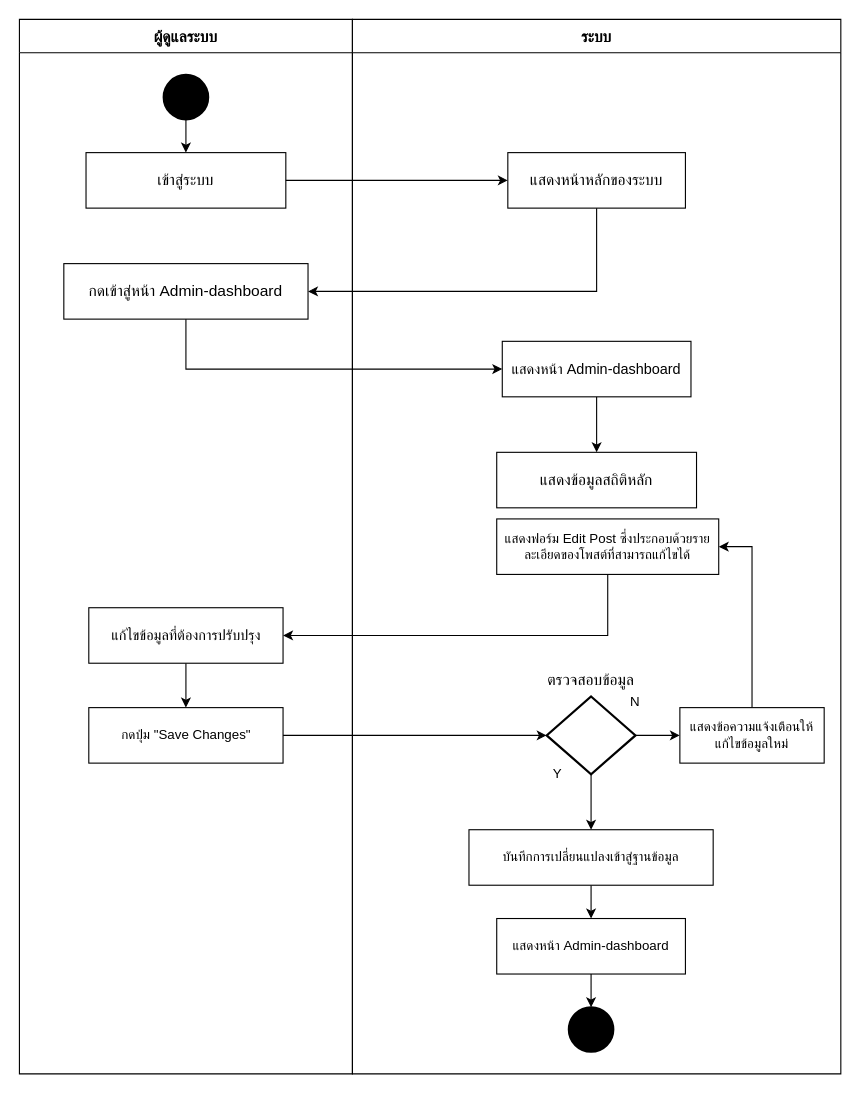
64160106/projectfinal keeps this draw.io diagram as page "ADV_satitic" (11 of 11) of Workflow Diagram.drawio. Above is the earlier version. Source tidied: cells renumbered, new cells numbered last; positions are measured from the earlier drawing's top-left corner, leaving out a move shared by most shapes. Both pictures are drawn from the tidied source at 111%, with x=0, y=0 at pixel (19, 19).
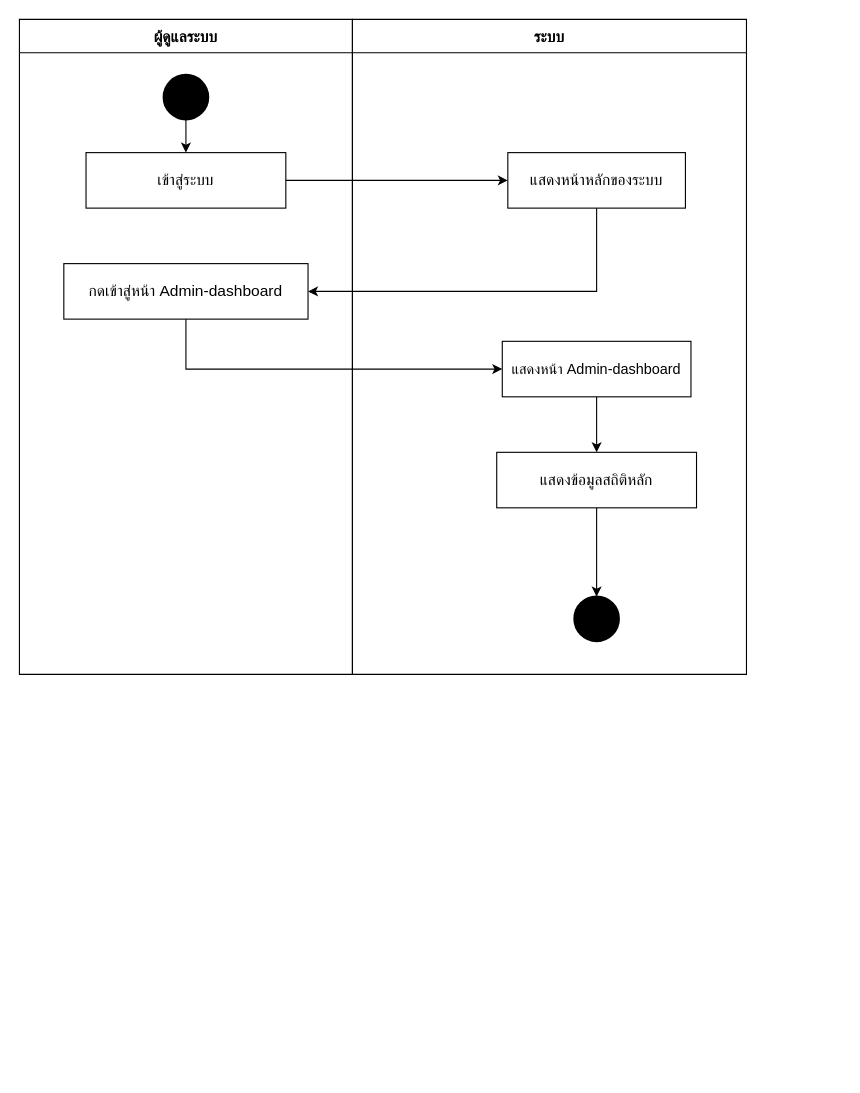
Above is the later version.

The change refers to these unchanged cells:
```xml
<mxCell id="28" value="&lt;font style=&quot;font-size: 14px;&quot;&gt;แสดงข้อมูลสถิติหลัก&lt;/font&gt;" style="rounded=0;whiteSpace=wrap;html=1;" parent="10" vertex="1">
  <mxGeometry x="130" y="390" width="180" height="50" as="geometry" />
</mxCell>
```

What changed in the source:
```diff
@@
     <mxCell id="2" value="ผู้ดูแลระบบ" style="swimlane;startSize=30;fontSize=14;" parent="1" vertex="1">
-      <mxGeometry width="300" height="950" as="geometry" />
+      <mxGeometry width="300" height="590" as="geometry" />
     </mxCell>
@@
-    <mxCell id="7" style="edgeStyle=orthogonalEdgeStyle;rounded=0;jettySize=auto;html=1;exitX=0.5;exitY=1;exitDx=0;exitDy=0;entryX=0.5;entryY=0;entryDx=0;entryDy=0;" parent="2" edge="1" source="8" target="9">
-      <mxGeometry relative="1" as="geometry" />
-    </mxCell>
-    <mxCell id="8" value="&lt;font style=&quot;font-size: 13px;&quot;&gt;แก้ไขข้อมูลที่ต้องการปรับปรุง&lt;/font&gt;" style="rounded=0;whiteSpace=wrap;html=1;" parent="2" vertex="1">
-      <mxGeometry x="62.5" y="530" width="175" height="50" as="geometry" />
-    </mxCell>
-    <mxCell id="9" value="กดปุ่ม &quot;Save Changes&quot;" style="rounded=0;whiteSpace=wrap;html=1;" parent="2" vertex="1">
-      <mxGeometry x="62.5" y="620" width="175" height="50" as="geometry" />
-    </mxCell>
     <mxCell id="10" value="ระบบ" style="swimlane;startSize=30;fontSize=14;" parent="1" vertex="1">
-      <mxGeometry x="300" width="440" height="950" as="geometry" />
+      <mxGeometry x="300" width="355" height="590" as="geometry" />
     </mxCell>
@@
-    <mxCell id="14" value="แสดงฟอร์ม Edit Post ซึ่งประกอบด้วยรายละเอียดของโพสต์ที่สามารถแก้ไขได้" style="rounded=0;whiteSpace=wrap;html=1;" parent="10" vertex="1">
-      <mxGeometry x="130" y="450" width="200" height="50" as="geometry" />
-    </mxCell>
-    <mxCell id="15" style="edgeStyle=orthogonalEdgeStyle;rounded=0;jettySize=auto;html=1;exitX=1;exitY=0.5;exitDx=0;exitDy=0;exitPerimeter=0;" parent="10" edge="1" source="17" target="22">
-      <mxGeometry relative="1" as="geometry" />
-    </mxCell>
-    <mxCell id="16" style="edgeStyle=orthogonalEdgeStyle;rounded=0;jettySize=auto;html=1;exitX=0.5;exitY=1;exitDx=0;exitDy=0;exitPerimeter=0;entryX=0.5;entryY=0;entryDx=0;entryDy=0;" parent="10" edge="1" source="17" target="24">
-      <mxGeometry relative="1" as="geometry" />
-    </mxCell>
-    <mxCell id="17" style="strokeWidth=2;html=1;shape=mxgraph.flowchart.decision;whiteSpace=wrap;" parent="10" vertex="1">
-      <mxGeometry x="175" y="610" width="80" height="70" as="geometry" />
-    </mxCell>
-    <mxCell id="18" value="&lt;font style=&quot;font-size: 14px;&quot;&gt;ตรวจสอบข้อมูล&lt;/font&gt;" style="text;html=1;align=center;verticalAlign=middle;whiteSpace=wrap;rounded=0;" parent="10" vertex="1">
-      <mxGeometry x="165" y="580" width="100" height="30" as="geometry" />
-    </mxCell>
-    <mxCell id="19" value="Y" style="text;html=1;align=center;verticalAlign=middle;whiteSpace=wrap;rounded=0;" parent="10" vertex="1">
-      <mxGeometry x="155" y="660" width="60" height="40" as="geometry" />
-    </mxCell>
-    <mxCell id="20" value="N" style="text;html=1;align=center;verticalAlign=middle;whiteSpace=wrap;rounded=0;" parent="10" vertex="1">
-      <mxGeometry x="240" y="600" width="30" height="30" as="geometry" />
-    </mxCell>
-    <mxCell id="21" style="edgeStyle=orthogonalEdgeStyle;rounded=0;jettySize=auto;html=1;exitX=0.5;exitY=0;exitDx=0;exitDy=0;entryX=1;entryY=0.5;entryDx=0;entryDy=0;" parent="10" edge="1" source="22" target="14">
-      <mxGeometry relative="1" as="geometry" />
-    </mxCell>
-    <mxCell id="22" value="แสดงข้อความแจ้งเตือนให้แก้ไขข้อมูลใหม่" style="rounded=0;whiteSpace=wrap;html=1;" parent="10" vertex="1">
-      <mxGeometry x="295" y="620" width="130" height="50" as="geometry" />
-    </mxCell>
-    <mxCell id="23" style="edgeStyle=orthogonalEdgeStyle;rounded=0;jettySize=auto;html=1;" parent="10" edge="1" source="24" target="25">
-      <mxGeometry relative="1" as="geometry" />
-    </mxCell>
-    <mxCell id="24" value="บันทึกการเปลี่ยนแปลงเข้าสู่ฐานข้อมูล" style="rounded=0;whiteSpace=wrap;html=1;" parent="10" vertex="1">
-      <mxGeometry x="105" y="730" width="220" height="50" as="geometry" />
-    </mxCell>
-    <mxCell id="25" value="แสดงหน้า Admin-dashboard" style="rounded=0;whiteSpace=wrap;html=1;" parent="10" vertex="1">
-      <mxGeometry x="130" y="810" width="170" height="50" as="geometry" />
-    </mxCell>
     <mxCell id="26" style="strokeWidth=2;html=1;shape=mxgraph.flowchart.start_2;whiteSpace=wrap;fillColor=#000000;" parent="10" vertex="1">
-      <mxGeometry x="195" y="890" width="40" height="40" as="geometry" />
+      <mxGeometry x="200" y="520" width="40" height="40" as="geometry" />
     </mxCell>
-    <mxCell id="27" style="edgeStyle=orthogonalEdgeStyle;rounded=0;jettySize=auto;html=1;entryX=0.5;entryY=0;entryDx=0;entryDy=0;entryPerimeter=0;" parent="10" edge="1" source="25" target="26">
-      <mxGeometry relative="1" as="geometry" />
-    </mxCell>
+    <mxCell id="34" style="edgeStyle=orthogonalEdgeStyle;rounded=0;jettySize=auto;html=1;exitX=0.5;exitY=1;exitDx=0;exitDy=0;" parent="10" edge="1" source="28" target="26">
+      <mxGeometry relative="1" as="geometry" />
+    </mxCell>
@@
-    <mxCell id="32" style="edgeStyle=orthogonalEdgeStyle;rounded=0;jettySize=auto;html=1;exitX=0.5;exitY=1;exitDx=0;exitDy=0;entryX=1;entryY=0.5;entryDx=0;entryDy=0;" parent="1" edge="1" source="14" target="8">
-      <mxGeometry relative="1" as="geometry" />
-    </mxCell>
-    <mxCell id="33" style="edgeStyle=orthogonalEdgeStyle;rounded=0;jettySize=auto;html=1;exitX=1;exitY=0.5;exitDx=0;exitDy=0;entryX=0;entryY=0.5;entryDx=0;entryDy=0;entryPerimeter=0;" parent="1" edge="1" source="9" target="17">
-      <mxGeometry relative="1" as="geometry" />
-    </mxCell>
```
